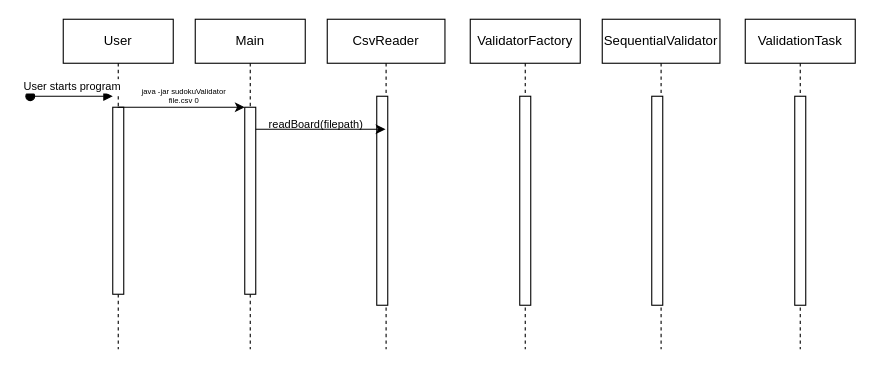
Smook-e/Prog_lab9 keeps this draw.io diagram as diagrams/mode0Sequence.drawio. Above is the earlier version. Source tidied: cells renumbered, new cells numbered last; positions are measured from the earlier drawing's top-left corner, leaving out a move shared by most shapes. Both pictures are drawn from the tidied source at 110%, with x=0, y=0 at pixel (30, 19).
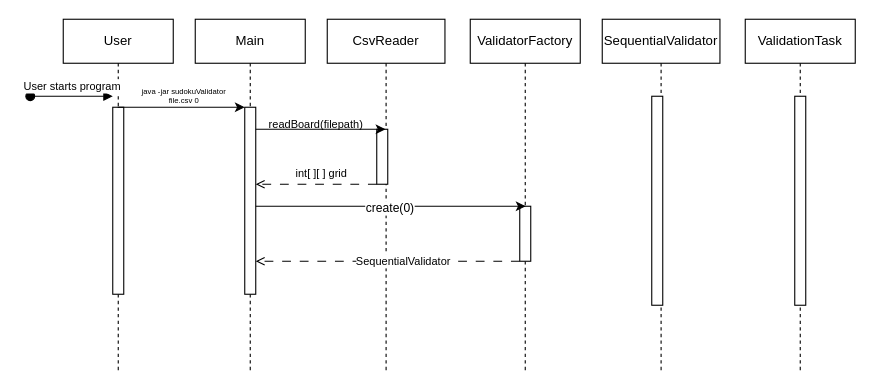
The same diagram, later.

Commit message:
commit to messages till SequentialValidator

The change refers to these unchanged cells:
```xml
<mxCell id="6" style="html=1;points=[];perimeter=orthogonalPerimeter;outlineConnect=0;targetShapes=umlLifeline;portConstraint=eastwest;newEdgeStyle={&quot;edgeStyle&quot;:&quot;elbowEdgeStyle&quot;,&quot;elbow&quot;:&quot;vertical&quot;,&quot;curved&quot;:0,&quot;rounded&quot;:0};" parent="5" vertex="1">
  <mxGeometry x="45" y="80" width="10" height="170" as="geometry" />
</mxCell>
```

The edit, as a diff of the source:
```diff
@@
     <mxCell id="2" value="User" style="shape=umlLifeline;perimeter=lifelinePerimeter;whiteSpace=wrap;html=1;outlineConnect=0;portConstraint=eastwest;newEdgeStyle={&quot;edgeStyle&quot;:&quot;elbowEdgeStyle&quot;,&quot;elbow&quot;:&quot;vertical&quot;,&quot;curved&quot;:0,&quot;rounded&quot;:0};" parent="1" vertex="1">
-      <mxGeometry x="30" width="100" height="300" as="geometry" />
+      <mxGeometry x="30" width="100" height="320" as="geometry" />
     </mxCell>
@@
     <mxCell id="5" value="Main" style="shape=umlLifeline;perimeter=lifelinePerimeter;whiteSpace=wrap;html=1;newEdgeStyle={&quot;edgeStyle&quot;:&quot;elbowEdgeStyle&quot;,&quot;elbow&quot;:&quot;vertical&quot;,&quot;curved&quot;:0,&quot;rounded&quot;:0};" parent="1" vertex="1">
-      <mxGeometry x="150" width="100" height="300" as="geometry" />
+      <mxGeometry x="150" width="100" height="320" as="geometry" />
     </mxCell>
@@
     <mxCell id="7" value="ValidatorFactory" style="shape=umlLifeline;perimeter=lifelinePerimeter;whiteSpace=wrap;html=1;newEdgeStyle={&quot;edgeStyle&quot;:&quot;elbowEdgeStyle&quot;,&quot;elbow&quot;:&quot;vertical&quot;,&quot;curved&quot;:0,&quot;rounded&quot;:0};" parent="1" vertex="1">
-      <mxGeometry x="400" width="100" height="300" as="geometry" />
+      <mxGeometry x="400" width="100" height="320" as="geometry" />
     </mxCell>
     <mxCell id="8" style="html=1;points=[];perimeter=orthogonalPerimeter;outlineConnect=0;targetShapes=umlLifeline;portConstraint=eastwest;newEdgeStyle={&quot;edgeStyle&quot;:&quot;elbowEdgeStyle&quot;,&quot;elbow&quot;:&quot;vertical&quot;,&quot;curved&quot;:0,&quot;rounded&quot;:0};" parent="7" vertex="1">
-      <mxGeometry x="45" y="70" width="10" height="190" as="geometry" />
+      <mxGeometry x="45" y="170" width="10" height="50" as="geometry" />
     </mxCell>
     <mxCell id="9" value="SequentialValidator" style="shape=umlLifeline;perimeter=lifelinePerimeter;whiteSpace=wrap;html=1;newEdgeStyle={&quot;edgeStyle&quot;:&quot;elbowEdgeStyle&quot;,&quot;elbow&quot;:&quot;vertical&quot;,&quot;curved&quot;:0,&quot;rounded&quot;:0};" parent="1" vertex="1">
-      <mxGeometry x="520" width="107" height="300" as="geometry" />
+      <mxGeometry x="520" width="107" height="320" as="geometry" />
     </mxCell>
@@
     <mxCell id="11" value="ValidationTask" style="shape=umlLifeline;perimeter=lifelinePerimeter;whiteSpace=wrap;html=1;newEdgeStyle={&quot;edgeStyle&quot;:&quot;elbowEdgeStyle&quot;,&quot;elbow&quot;:&quot;vertical&quot;,&quot;curved&quot;:0,&quot;rounded&quot;:0};" parent="1" vertex="1">
-      <mxGeometry x="650" width="100" height="300" as="geometry" />
+      <mxGeometry x="650" width="100" height="320" as="geometry" />
     </mxCell>
@@
     <mxCell id="13" value="CsvReader" style="shape=umlLifeline;perimeter=lifelinePerimeter;whiteSpace=wrap;html=1;outlineConnect=0;portConstraint=eastwest;newEdgeStyle={&quot;edgeStyle&quot;:&quot;elbowEdgeStyle&quot;,&quot;elbow&quot;:&quot;vertical&quot;,&quot;curved&quot;:0,&quot;rounded&quot;:0};" parent="1" vertex="1">
-      <mxGeometry x="270" width="107" height="300" as="geometry" />
+      <mxGeometry x="270" width="107" height="320" as="geometry" />
     </mxCell>
     <mxCell id="14" style="html=1;points=[];perimeter=orthogonalPerimeter;outlineConnect=0;targetShapes=umlLifeline;portConstraint=eastwest;newEdgeStyle={&quot;edgeStyle&quot;:&quot;elbowEdgeStyle&quot;,&quot;elbow&quot;:&quot;vertical&quot;,&quot;curved&quot;:0,&quot;rounded&quot;:0};" parent="13" vertex="1">
-      <mxGeometry x="45" y="70" width="10" height="190" as="geometry" />
+      <mxGeometry x="45" y="100" width="10" height="50" as="geometry" />
     </mxCell>
@@
+    <mxCell id="19" style="endArrow=open;html=1;rounded=0;dashed=1;dashPattern=8 8;endFill=0;" parent="1" edge="1" source="14" target="6">
+      <mxGeometry relative="1" as="geometry">
+        <Array as="points">
+          <mxPoint x="260" y="150" />
+        </Array>
+      </mxGeometry>
+    </mxCell>
+    <mxCell id="20" value="&lt;font style=&quot;font-size: 10px;&quot;&gt;int[ ][ ] grid&lt;/font&gt;" style="text;html=1;whiteSpace=wrap;strokeColor=none;fillColor=none;align=center;verticalAlign=middle;rounded=0;" parent="1" vertex="1">
+      <mxGeometry x="220" y="130" width="90" height="20" as="geometry" />
+    </mxCell>
+    <mxCell id="21" style="endArrow=classic;html=1;rounded=0;entryX=0.833;entryY=0.1;entryDx=0;entryDy=0;entryPerimeter=0;" parent="1" edge="1" source="6">
+      <mxGeometry relative="1" as="geometry">
+        <mxPoint x="450.4" y="170" as="targetPoint" />
+      </mxGeometry>
+    </mxCell>
+    <mxCell id="22" value="create(0)" style="edgeLabel;html=1;align=center;verticalAlign=middle;" parent="21" vertex="1">
+      <mxGeometry x="-0.01" y="-1" relative="1" as="geometry" />
+    </mxCell>
+    <mxCell id="23" style="endArrow=open;html=1;rounded=0;dashed=1;dashPattern=8 8;endFill=0;" parent="1" edge="1" source="8" target="6">
+      <mxGeometry relative="1" as="geometry">
+        <Array as="points">
+          <mxPoint x="430" y="220" />
+        </Array>
+      </mxGeometry>
+    </mxCell>
+    <mxCell id="24" value="&lt;font size=&quot;1&quot;&gt;SequentialValidator&lt;/font&gt;" style="edgeLabel;html=1;align=center;verticalAlign=middle;" parent="23" vertex="1">
+      <mxGeometry x="-0.11" y="-1" relative="1" as="geometry" />
+    </mxCell>
```
